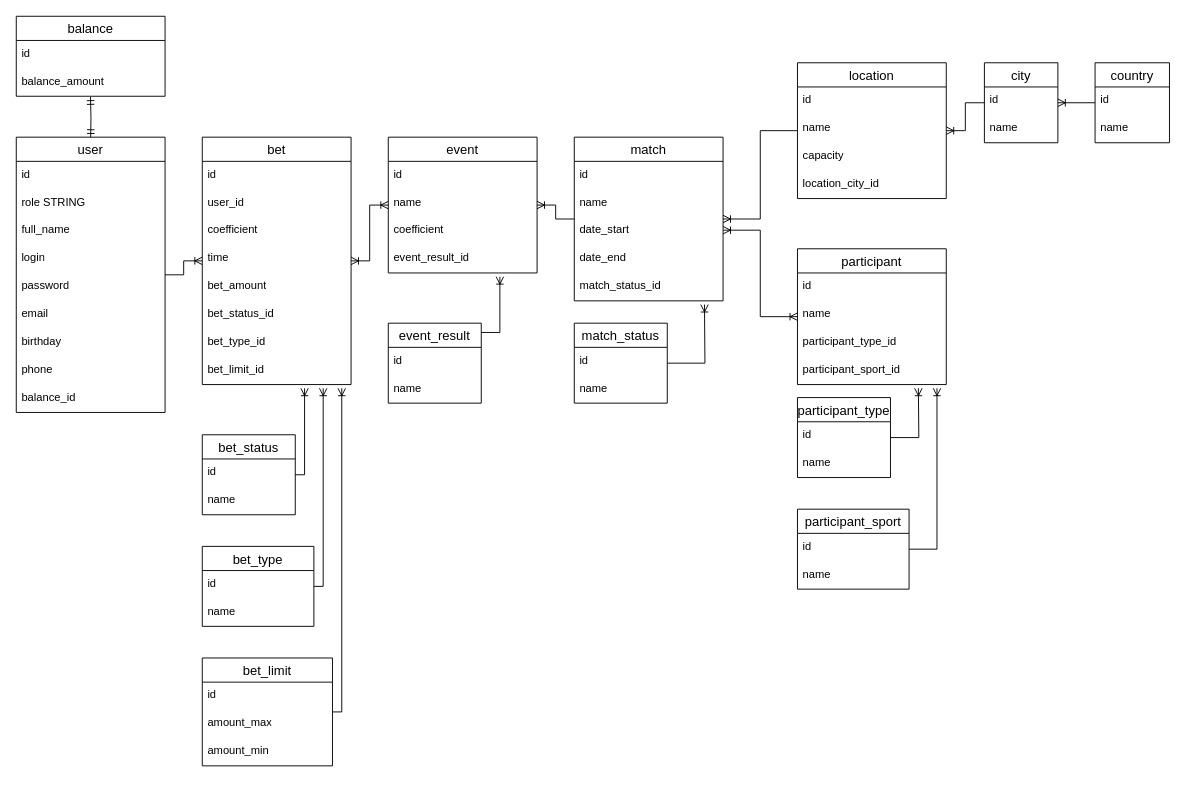
This is betdb.drawio from SSSSOV/kritbet, a draw.io file, before an edit. Source tidied: cells renumbered, new cells numbered last; positions are measured from the earlier drawing's top-left corner, leaving out a move shared by most shapes. Both pictures are drawn from the tidied source at 93%, with x=0, y=0 at pixel (16, 16).
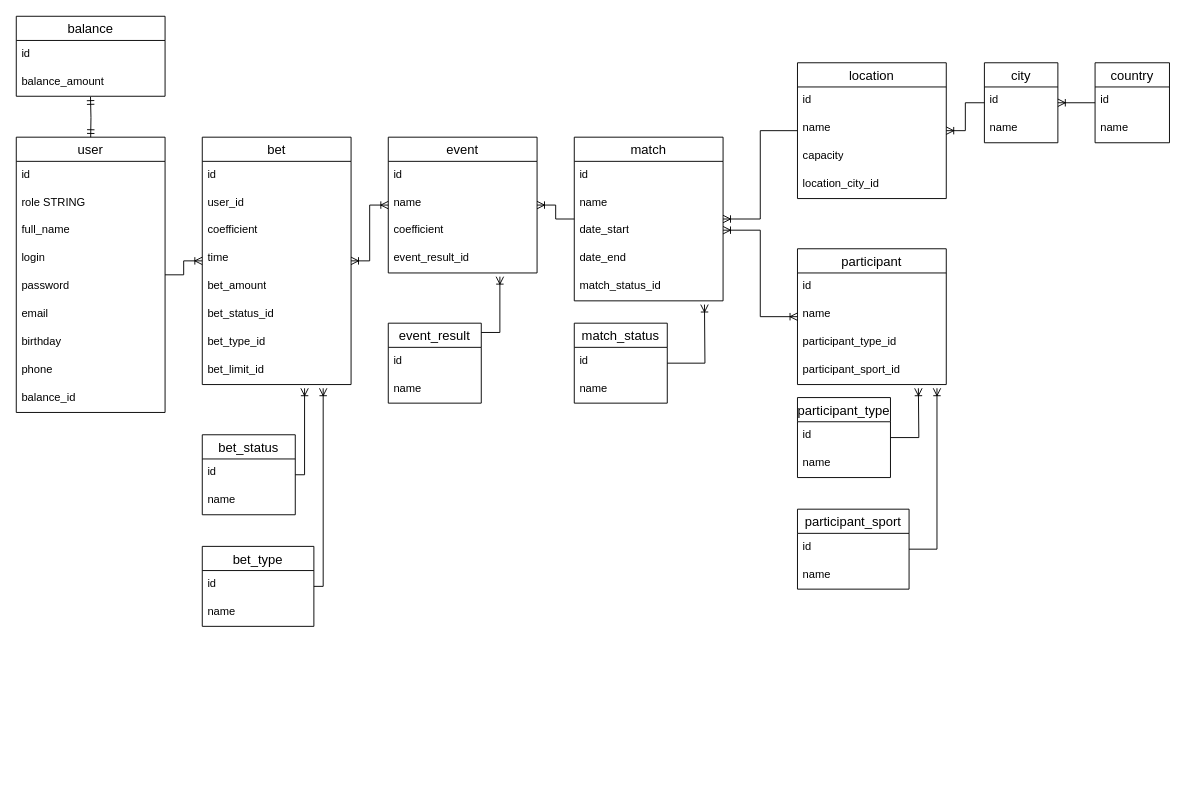
The same page after the edit.

Change to the diagram source:
```diff
@@
-    <mxCell id="38" value="bet_limit" style="swimlane;fontStyle=0;horizontal=1;startSize=26;align=center;fontSize=14;" parent="1" vertex="1">
-      <mxGeometry x="200" y="690" width="140" height="116" as="geometry" />
-    </mxCell>
-    <mxCell id="39" value="id" style="text;strokeColor=none;fillColor=none;spacingLeft=4;spacingRight=4;overflow=hidden;fontSize=12;whiteSpace=wrap;html=1;" parent="38" vertex="1">
-      <mxGeometry y="26" width="140" height="30" as="geometry" />
-    </mxCell>
-    <mxCell id="40" value="amount_max" style="text;strokeColor=none;fillColor=none;spacingLeft=4;spacingRight=4;overflow=hidden;fontSize=12;whiteSpace=wrap;html=1;" parent="38" vertex="1">
-      <mxGeometry y="56" width="140" height="30" as="geometry" />
-    </mxCell>
-    <mxCell id="41" value="amount_min" style="text;strokeColor=none;fillColor=none;spacingLeft=4;spacingRight=4;overflow=hidden;fontSize=12;whiteSpace=wrap;html=1;" parent="38" vertex="1">
-      <mxGeometry y="86" width="140" height="30" as="geometry" />
-    </mxCell>
@@
-    <mxCell id="44" style="edgeStyle=orthogonalEdgeStyle;fontSize=12;html=1;endArrow=ERoneToMany;rounded=0;jumpStyle=none;" parent="1" edge="1" source="38">
-      <mxGeometry relative="1" as="geometry">
-        <mxPoint x="350" y="400" as="targetPoint" />
-        <Array as="points">
-          <mxPoint x="350" y="748" />
-        </Array>
-      </mxGeometry>
-    </mxCell>
```
